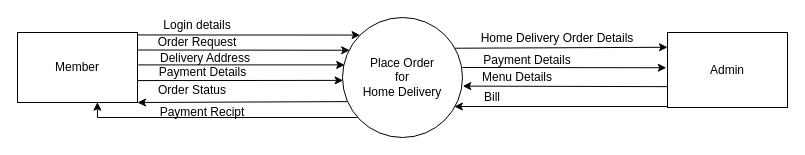
The draw.io diagram LEVEL 0 DFD.drawio in Pratik-Kattel/Software-Coursework, before the edit. Source tidied: cells renumbered, new cells numbered last; positions are measured from the earlier drawing's top-left corner, leaving out a move shared by most shapes. Both pictures are drawn from the tidied source at 100%, with x=0, y=0 at pixel (17, 17).
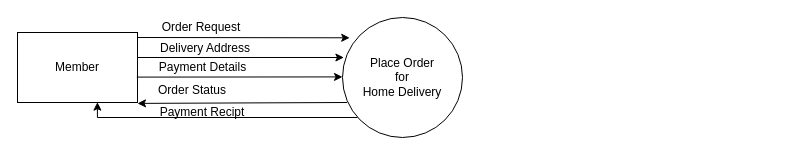
The same page after the edit.

Unchanged cells that the change refers to:
```xml
<mxCell id="2" value="Place Order&lt;br&gt;for&lt;br&gt;Home Delivery" style="ellipse;whiteSpace=wrap;html=1;" parent="1" vertex="1">
  <mxGeometry x="325" width="120" height="120" as="geometry" />
</mxCell>
<mxCell id="4" value="Member" style="rounded=0;whiteSpace=wrap;html=1;" parent="1" vertex="1">
  <mxGeometry y="15" width="120" height="70" as="geometry" />
</mxCell>
```

The edit, as a diff of the source:
```diff
@@
-    <mxCell id="3" value="Admin" style="rounded=0;whiteSpace=wrap;html=1;" parent="1" vertex="1">
-      <mxGeometry x="650" y="15" width="120" height="75" as="geometry" />
-    </mxCell>
@@
-    <mxCell id="5" value="Login details" style="text;html=1;whiteSpace=wrap;strokeColor=none;fillColor=none;align=center;verticalAlign=middle;rounded=0;" parent="1" vertex="1">
-      <mxGeometry x="130" width="100" height="15" as="geometry" />
-    </mxCell>
-    <mxCell id="6" style="endArrow=classic;html=1;rounded=0;exitX=1;exitY=0.25;exitDx=0;exitDy=0;entryX=0.06;entryY=0.273;entryDx=0;entryDy=0;entryPerimeter=0;" parent="1" edge="1" source="4" target="2">
-      <mxGeometry relative="1" as="geometry" />
+    <mxCell id="6" style="endArrow=classic;html=1;rounded=0;exitX=1;exitY=0.25;exitDx=0;exitDy=0;entryX=0.06;entryY=0.273;entryDx=0;entryDy=0;entryPerimeter=0;" parent="1" edge="1">
+      <mxGeometry relative="1" as="geometry">
+        <mxPoint x="120" y="20" as="sourcePoint" />
+        <mxPoint x="332.2" y="20.3" as="targetPoint" />
+      </mxGeometry>
     </mxCell>
     <mxCell id="7" value="Order Request" style="text;html=1;whiteSpace=wrap;strokeColor=none;fillColor=none;align=center;verticalAlign=middle;rounded=0;" parent="1" vertex="1">
-      <mxGeometry x="130" y="20" width="100" height="10" as="geometry" />
+      <mxGeometry x="130" y="5" width="107.5" height="10" as="geometry" />
     </mxCell>
-    <mxCell id="8" style="endArrow=classic;html=1;rounded=0;entryX=0.005;entryY=0.524;entryDx=0;entryDy=0;exitX=0.999;exitY=0.687;exitDx=0;exitDy=0;exitPerimeter=0;entryPerimeter=0;" parent="1" edge="1" source="4" target="2">
-      <mxGeometry relative="1" as="geometry" />
+    <mxCell id="8" style="endArrow=classic;html=1;rounded=0;entryX=0.005;entryY=0.524;entryDx=0;entryDy=0;exitX=0.999;exitY=0.687;exitDx=0;exitDy=0;exitPerimeter=0;entryPerimeter=0;" parent="1" edge="1">
+      <mxGeometry relative="1" as="geometry">
+        <mxPoint x="119.3" y="59.6" as="sourcePoint" />
+        <mxPoint x="325" y="59.4" as="targetPoint" />
+      </mxGeometry>
     </mxCell>
     <mxCell id="9" value="Delivery Address" style="text;html=1;whiteSpace=wrap;strokeColor=none;fillColor=none;align=center;verticalAlign=middle;rounded=0;" parent="1" vertex="1">
-      <mxGeometry x="112.5" y="40" width="150" as="geometry" />
+      <mxGeometry x="112.5" y="30" width="150" as="geometry" />
     </mxCell>
-    <mxCell id="10" style="endArrow=classic;html=1;rounded=0;entryX=0.018;entryY=0.395;entryDx=0;entryDy=0;entryPerimeter=0;exitX=1.006;exitY=0.463;exitDx=0;exitDy=0;exitPerimeter=0;" parent="1" edge="1" source="4" target="2">
-      <mxGeometry relative="1" as="geometry" />
+    <mxCell id="10" style="endArrow=classic;html=1;rounded=0;entryX=0.018;entryY=0.395;entryDx=0;entryDy=0;entryPerimeter=0;exitX=1.006;exitY=0.463;exitDx=0;exitDy=0;exitPerimeter=0;" parent="1" edge="1">
+      <mxGeometry relative="1" as="geometry">
+        <mxPoint x="120" y="40" as="sourcePoint" />
+        <mxPoint x="326.4" y="40" as="targetPoint" />
+      </mxGeometry>
     </mxCell>
     <mxCell id="11" value="Payment Details" style="text;html=1;whiteSpace=wrap;strokeColor=none;fillColor=none;align=center;verticalAlign=middle;rounded=0;" parent="1" vertex="1">
-      <mxGeometry x="117.5" y="50" width="135" height="10" as="geometry" />
+      <mxGeometry x="117.5" y="45" width="135" height="10" as="geometry" />
     </mxCell>
-    <mxCell id="12" style="endArrow=classic;html=1;rounded=0;exitX=0.999;exitY=0.035;exitDx=0;exitDy=0;exitPerimeter=0;entryX=0;entryY=0;entryDx=0;entryDy=0;" parent="1" edge="1" source="4" target="2">
-      <mxGeometry relative="1" as="geometry" />
-    </mxCell>
-    <mxCell id="13" style="endArrow=classic;html=1;rounded=0;entryX=1;entryY=1;entryDx=0;entryDy=0;exitX=0.038;exitY=0.701;exitDx=0;exitDy=0;exitPerimeter=0;" parent="1" edge="1" source="2" target="4">
-      <mxGeometry relative="1" as="geometry" />
+    <mxCell id="13" style="endArrow=classic;html=1;rounded=0;entryX=1;entryY=1;entryDx=0;entryDy=0;exitX=0.038;exitY=0.701;exitDx=0;exitDy=0;exitPerimeter=0;" parent="1" edge="1">
+      <mxGeometry relative="1" as="geometry">
+        <mxPoint x="329.6" y="85" as="sourcePoint" />
+        <mxPoint x="120" y="85.9" as="targetPoint" />
+      </mxGeometry>
     </mxCell>
@@
-    <mxCell id="17" style="endArrow=classic;html=1;rounded=0;entryX=0;entryY=0.197;entryDx=0;entryDy=0;exitX=0.938;exitY=0.256;exitDx=0;exitDy=0;exitPerimeter=0;entryPerimeter=0;" parent="1" edge="1" source="2" target="3">
-      <mxGeometry relative="1" as="geometry" />
-    </mxCell>
-    <mxCell id="18" value="Home Delivery Order Details" style="text;html=1;whiteSpace=wrap;strokeColor=none;fillColor=none;align=center;verticalAlign=middle;rounded=0;" parent="1" vertex="1">
-      <mxGeometry x="445" y="15" width="190" height="12.5" as="geometry" />
-    </mxCell>
-    <mxCell id="19" style="endArrow=classic;html=1;rounded=0;entryX=-0.01;entryY=0.47;entryDx=0;entryDy=0;entryPerimeter=0;exitX=0;exitY=1;exitDx=0;exitDy=0;" parent="1" edge="1" source="20" target="3">
-      <mxGeometry relative="1" as="geometry" />
-    </mxCell>
-    <mxCell id="20" value="Payment Details" style="text;html=1;whiteSpace=wrap;strokeColor=none;fillColor=none;align=center;verticalAlign=middle;rounded=0;" parent="1" vertex="1">
-      <mxGeometry x="445" y="35" width="130" height="15" as="geometry" />
-    </mxCell>
-    <mxCell id="21" style="endArrow=classic;html=1;rounded=0;exitX=0;exitY=0.722;exitDx=0;exitDy=0;exitPerimeter=0;entryX=0.109;entryY=0.93;entryDx=0;entryDy=0;entryPerimeter=0;" parent="1" edge="1" source="3" target="22">
-      <mxGeometry relative="1" as="geometry" />
-    </mxCell>
-    <mxCell id="22" value="Menu Details" style="text;html=1;whiteSpace=wrap;strokeColor=none;fillColor=none;align=center;verticalAlign=middle;rounded=0;" parent="1" vertex="1">
-      <mxGeometry x="430" y="50" width="140" height="20" as="geometry" />
-    </mxCell>
-    <mxCell id="23" style="endArrow=classic;html=1;rounded=0;entryX=0.932;entryY=0.741;entryDx=0;entryDy=0;entryPerimeter=0;edgeStyle=elbowEdgeStyle;elbow=vertical;" parent="1" edge="1" target="2">
-      <mxGeometry relative="1" as="geometry">
-        <mxPoint x="650" y="90" as="sourcePoint" />
-      </mxGeometry>
-    </mxCell>
-    <mxCell id="24" value="Bill" style="text;html=1;whiteSpace=wrap;strokeColor=none;fillColor=none;align=center;verticalAlign=middle;rounded=0;" parent="1" vertex="1">
-      <mxGeometry x="445" y="75" width="60" height="10" as="geometry" />
-    </mxCell>
-    <mxCell id="25" style="endArrow=none;html=1;rounded=0;entryX=0;entryY=1;entryDx=0;entryDy=0;" parent="1" edge="1" target="3">
+    <mxCell id="25" style="endArrow=none;html=1;rounded=0;entryX=0;entryY=1;entryDx=0;entryDy=0;" parent="1" edge="1">
       <mxGeometry relative="1" as="geometry">
-        <mxPoint x="650" y="90" as="sourcePoint" />
+        <mxPoint x="477" y="90" as="sourcePoint" />
+        <mxPoint x="477" y="90" as="targetPoint" />
       </mxGeometry>
     </mxCell>
```
